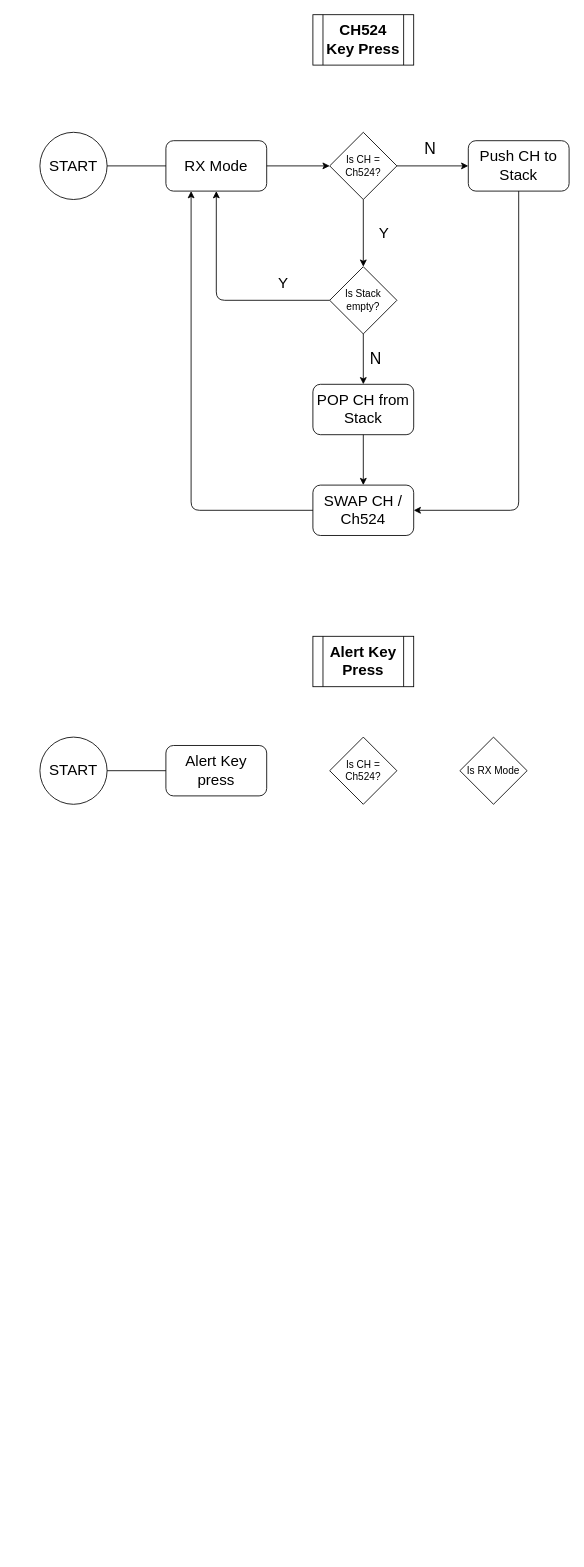
This is Untitled Diagram.drawio from kevinl8890/flowchart, a draw.io file, before an edit. Source tidied: cells renumbered, new cells numbered last; positions are measured from the earlier drawing's top-left corner, leaving out a move shared by most shapes. Both pictures are drawn from the tidied source at 84%, with x=0, y=0 at pixel (39, 14).
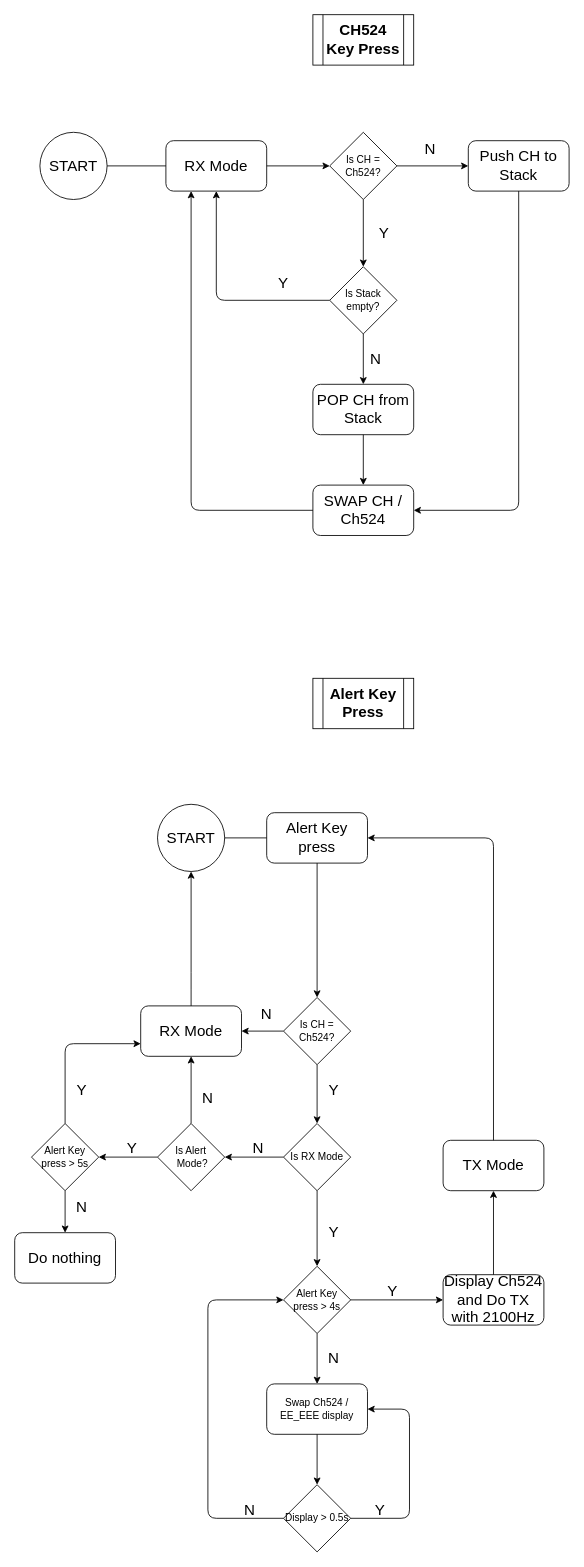
After the change.

The edit, as a diff of the source:
```diff
@@
-    <mxCell id="10" value="&lt;font style=&quot;font-size: 19px&quot;&gt;N&lt;/font&gt;" style="text;html=1;strokeColor=none;fillColor=none;align=center;verticalAlign=middle;whiteSpace=wrap;rounded=0;" parent="1" vertex="1">
+    <mxCell id="10" value="&lt;font style=&quot;font-size: 18px&quot;&gt;N&lt;/font&gt;" style="text;html=1;strokeColor=none;fillColor=none;align=center;verticalAlign=middle;whiteSpace=wrap;rounded=0;" parent="1" vertex="1">
       <mxGeometry x="445" y="150" width="40" height="20" as="geometry" />
     </mxCell>
@@
     <mxCell id="22" value="&lt;font style=&quot;font-size: 18px&quot;&gt;&lt;b&gt;Alert Key Press&lt;/b&gt;&lt;/font&gt;" style="shape=process;whiteSpace=wrap;html=1;backgroundOutline=1;" parent="1" vertex="1">
-      <mxGeometry x="325" y="740" width="120" height="60" as="geometry" />
+      <mxGeometry x="325" y="790" width="120" height="60" as="geometry" />
     </mxCell>
-    <mxCell id="23" value="&lt;font style=&quot;font-size: 19px&quot;&gt;N&lt;/font&gt;" style="text;html=1;strokeColor=none;fillColor=none;align=center;verticalAlign=middle;whiteSpace=wrap;rounded=0;" parent="1" vertex="1">
+    <mxCell id="23" value="&lt;font style=&quot;font-size: 18px&quot;&gt;N&lt;/font&gt;" style="text;html=1;strokeColor=none;fillColor=none;align=center;verticalAlign=middle;whiteSpace=wrap;rounded=0;" parent="1" vertex="1">
       <mxGeometry x="380" y="400" width="40" height="20" as="geometry" />
     </mxCell>
     <mxCell id="24" value="&lt;font style=&quot;font-size: 18px&quot;&gt;START&lt;/font&gt;" style="ellipse;whiteSpace=wrap;html=1;" parent="1" vertex="1">
-      <mxGeometry y="860" width="80" height="80" as="geometry" />
+      <mxGeometry x="140" y="940" width="80" height="80" as="geometry" />
     </mxCell>
     <mxCell id="25" value="Is CH = Ch524?" style="rhombus;whiteSpace=wrap;html=1;" parent="1" vertex="1">
-      <mxGeometry x="345" y="860" width="80" height="80" as="geometry" />
+      <mxGeometry x="290" y="1170" width="80" height="80" as="geometry" />
     </mxCell>
     <mxCell id="26" value="Is RX Mode" style="rhombus;whiteSpace=wrap;html=1;" parent="1" vertex="1">
-      <mxGeometry x="500" y="860" width="80" height="80" as="geometry" />
+      <mxGeometry x="290" y="1320" width="80" height="80" as="geometry" />
     </mxCell>
     <mxCell id="27" value="&lt;font style=&quot;font-size: 18px&quot;&gt;Alert Key press&lt;/font&gt;" style="rounded=1;whiteSpace=wrap;html=1;" parent="1" vertex="1">
-      <mxGeometry x="150" y="870" width="120" height="60" as="geometry" />
+      <mxGeometry x="270" y="950" width="120" height="60" as="geometry" />
     </mxCell>
@@
+    <mxCell id="29" style="endArrow=classic;html=1;exitX=0.5;exitY=1;exitDx=0;exitDy=0;entryX=0.5;entryY=0;entryDx=0;entryDy=0;" parent="1" edge="1" source="27" target="25">
+      <mxGeometry relative="1" as="geometry" />
+    </mxCell>
+    <mxCell id="30" style="endArrow=classic;html=1;entryX=0.5;entryY=0;entryDx=0;entryDy=0;exitX=0.5;exitY=1;exitDx=0;exitDy=0;" parent="1" edge="1" source="25" target="26">
+      <mxGeometry relative="1" as="geometry" />
+    </mxCell>
+    <mxCell id="31" value="&lt;font style=&quot;font-size: 18px&quot;&gt;RX Mode&lt;/font&gt;" style="rounded=1;whiteSpace=wrap;html=1;" parent="1" vertex="1">
+      <mxGeometry x="120" y="1180" width="120" height="60" as="geometry" />
+    </mxCell>
+    <mxCell id="32" style="endArrow=classic;html=1;entryX=1;entryY=0.5;entryDx=0;entryDy=0;" parent="1" edge="1" source="25" target="31">
+      <mxGeometry relative="1" as="geometry" />
+    </mxCell>
+    <mxCell id="33" value="&lt;font style=&quot;font-size: 18px&quot;&gt;N&lt;/font&gt;" style="text;html=1;strokeColor=none;fillColor=none;align=center;verticalAlign=middle;whiteSpace=wrap;rounded=0;" parent="1" vertex="1">
+      <mxGeometry x="250" y="1180" width="40" height="20" as="geometry" />
+    </mxCell>
+    <mxCell id="34" value="&lt;font style=&quot;font-size: 18px&quot;&gt;Y&lt;/font&gt;" style="text;html=1;strokeColor=none;fillColor=none;align=center;verticalAlign=middle;whiteSpace=wrap;rounded=0;" parent="1" vertex="1">
+      <mxGeometry x="330" y="1270" width="40" height="20" as="geometry" />
+    </mxCell>
+    <mxCell id="35" style="endArrow=classic;html=1;entryX=0.5;entryY=1;entryDx=0;entryDy=0;exitX=0.5;exitY=0;exitDx=0;exitDy=0;" parent="1" edge="1" source="31" target="24">
+      <mxGeometry relative="1" as="geometry">
+        <Array as="points">
+          <mxPoint x="180" y="1150" />
+        </Array>
+      </mxGeometry>
+    </mxCell>
+    <mxCell id="36" value="Is Alert&lt;br&gt;&amp;nbsp;Mode?" style="rhombus;whiteSpace=wrap;html=1;direction=west;" parent="1" vertex="1">
+      <mxGeometry x="140" y="1320" width="80" height="80" as="geometry" />
+    </mxCell>
+    <mxCell id="37" style="endArrow=classic;html=1;exitX=0;exitY=0.5;exitDx=0;exitDy=0;entryX=0;entryY=0.5;entryDx=0;entryDy=0;" parent="1" edge="1" source="26" target="36">
+      <mxGeometry relative="1" as="geometry" />
+    </mxCell>
+    <mxCell id="38" value="&lt;font style=&quot;font-size: 18px&quot;&gt;N&lt;/font&gt;" style="text;html=1;strokeColor=none;fillColor=none;align=center;verticalAlign=middle;whiteSpace=wrap;rounded=0;" parent="1" vertex="1">
+      <mxGeometry x="240" y="1340" width="40" height="20" as="geometry" />
+    </mxCell>
+    <mxCell id="39" value="Alert Key press &amp;gt; 4s" style="rhombus;whiteSpace=wrap;html=1;" parent="1" vertex="1">
+      <mxGeometry x="290" y="1490" width="80" height="80" as="geometry" />
+    </mxCell>
+    <mxCell id="40" style="endArrow=classic;html=1;exitX=0.5;exitY=1;exitDx=0;exitDy=0;" parent="1" edge="1" source="26" target="39">
+      <mxGeometry relative="1" as="geometry" />
+    </mxCell>
+    <mxCell id="41" value="&lt;font style=&quot;font-size: 18px&quot;&gt;Y&lt;/font&gt;" style="text;html=1;strokeColor=none;fillColor=none;align=center;verticalAlign=middle;whiteSpace=wrap;rounded=0;" parent="1" vertex="1">
+      <mxGeometry x="330" y="1440" width="40" height="20" as="geometry" />
+    </mxCell>
+    <mxCell id="42" value="Alert Key press &amp;gt; 5s" style="rhombus;whiteSpace=wrap;html=1;" parent="1" vertex="1">
+      <mxGeometry x="-10" y="1320" width="80" height="80" as="geometry" />
+    </mxCell>
+    <mxCell id="43" style="endArrow=classic;html=1;exitX=0.5;exitY=1;exitDx=0;exitDy=0;entryX=0.5;entryY=1;entryDx=0;entryDy=0;" parent="1" edge="1" source="36" target="31">
+      <mxGeometry relative="1" as="geometry" />
+    </mxCell>
+    <mxCell id="44" value="&lt;font style=&quot;font-size: 18px&quot;&gt;N&lt;/font&gt;" style="text;html=1;strokeColor=none;fillColor=none;align=center;verticalAlign=middle;whiteSpace=wrap;rounded=0;" parent="1" vertex="1">
+      <mxGeometry x="180" y="1280" width="40" height="20" as="geometry" />
+    </mxCell>
+    <mxCell id="45" style="endArrow=classic;html=1;entryX=1;entryY=0.5;entryDx=0;entryDy=0;exitX=1;exitY=0.5;exitDx=0;exitDy=0;" parent="1" edge="1" source="36" target="42">
+      <mxGeometry relative="1" as="geometry" />
+    </mxCell>
+    <mxCell id="46" value="&lt;font style=&quot;font-size: 18px&quot;&gt;Y&lt;/font&gt;" style="text;html=1;strokeColor=none;fillColor=none;align=center;verticalAlign=middle;whiteSpace=wrap;rounded=0;" parent="1" vertex="1">
+      <mxGeometry x="90" y="1340" width="40" height="20" as="geometry" />
+    </mxCell>
+    <mxCell id="47" style="endArrow=classic;html=1;exitX=0.5;exitY=0;exitDx=0;exitDy=0;entryX=0;entryY=0.75;entryDx=0;entryDy=0;" parent="1" edge="1" source="42" target="31">
+      <mxGeometry relative="1" as="geometry">
+        <Array as="points">
+          <mxPoint x="30" y="1225" />
+        </Array>
+      </mxGeometry>
+    </mxCell>
+    <mxCell id="48" value="&lt;font style=&quot;font-size: 18px&quot;&gt;Y&lt;/font&gt;" style="text;html=1;strokeColor=none;fillColor=none;align=center;verticalAlign=middle;whiteSpace=wrap;rounded=0;" parent="1" vertex="1">
+      <mxGeometry x="30" y="1270" width="40" height="20" as="geometry" />
+    </mxCell>
+    <mxCell id="49" value="&lt;font style=&quot;font-size: 18px&quot;&gt;Do nothing&lt;/font&gt;" style="rounded=1;whiteSpace=wrap;html=1;" parent="1" vertex="1">
+      <mxGeometry x="-30" y="1450" width="120" height="60" as="geometry" />
+    </mxCell>
+    <mxCell id="50" style="endArrow=classic;html=1;exitX=0.5;exitY=1;exitDx=0;exitDy=0;entryX=0.5;entryY=0;entryDx=0;entryDy=0;" parent="1" edge="1" source="42" target="49">
+      <mxGeometry relative="1" as="geometry" />
+    </mxCell>
+    <mxCell id="51" value="&lt;font style=&quot;font-size: 18px&quot;&gt;N&lt;/font&gt;" style="text;html=1;strokeColor=none;fillColor=none;align=center;verticalAlign=middle;whiteSpace=wrap;rounded=0;" parent="1" vertex="1">
+      <mxGeometry x="30" y="1410" width="40" height="20" as="geometry" />
+    </mxCell>
+    <mxCell id="52" value="&lt;font style=&quot;font-size: 18px&quot;&gt;Display Ch524 and Do TX with 2100Hz&lt;/font&gt;" style="rounded=1;whiteSpace=wrap;html=1;" parent="1" vertex="1">
+      <mxGeometry x="480" y="1500" width="120" height="60" as="geometry" />
+    </mxCell>
+    <mxCell id="53" style="endArrow=classic;html=1;exitX=1;exitY=0.5;exitDx=0;exitDy=0;entryX=0;entryY=0.5;entryDx=0;entryDy=0;" parent="1" edge="1" source="39" target="52">
+      <mxGeometry relative="1" as="geometry" />
+    </mxCell>
+    <mxCell id="54" value="&lt;font style=&quot;font-size: 18px&quot;&gt;Y&lt;/font&gt;" style="text;html=1;strokeColor=none;fillColor=none;align=center;verticalAlign=middle;whiteSpace=wrap;rounded=0;" parent="1" vertex="1">
+      <mxGeometry x="400" y="1510" width="40" height="20" as="geometry" />
+    </mxCell>
+    <mxCell id="55" value="&lt;font style=&quot;font-size: 18px&quot;&gt;TX Mode&lt;/font&gt;" style="rounded=1;whiteSpace=wrap;html=1;direction=west;" parent="1" vertex="1">
+      <mxGeometry x="480" y="1340" width="120" height="60" as="geometry" />
+    </mxCell>
+    <mxCell id="56" style="endArrow=classic;html=1;entryX=0.5;entryY=0;entryDx=0;entryDy=0;exitX=0.5;exitY=0;exitDx=0;exitDy=0;" parent="1" edge="1" source="52" target="55">
+      <mxGeometry relative="1" as="geometry" />
+    </mxCell>
+    <mxCell id="57" value="Swap Ch524 / EE_EEE display" style="rounded=1;whiteSpace=wrap;html=1;" parent="1" vertex="1">
+      <mxGeometry x="270" y="1630" width="120" height="60" as="geometry" />
+    </mxCell>
+    <mxCell id="58" style="endArrow=classic;html=1;exitX=0.5;exitY=1;exitDx=0;exitDy=0;entryX=0.5;entryY=0;entryDx=0;entryDy=0;" parent="1" edge="1" source="39" target="57">
+      <mxGeometry relative="1" as="geometry" />
+    </mxCell>
+    <mxCell id="59" value="&lt;font style=&quot;font-size: 18px&quot;&gt;N&lt;/font&gt;" style="text;html=1;strokeColor=none;fillColor=none;align=center;verticalAlign=middle;whiteSpace=wrap;rounded=0;" parent="1" vertex="1">
+      <mxGeometry x="330" y="1590" width="40" height="20" as="geometry" />
+    </mxCell>
+    <mxCell id="60" value="Display &amp;gt; 0.5s" style="rhombus;whiteSpace=wrap;html=1;" parent="1" vertex="1">
+      <mxGeometry x="290" y="1750" width="80" height="80" as="geometry" />
+    </mxCell>
+    <mxCell id="61" style="endArrow=classic;html=1;exitX=0.5;exitY=1;exitDx=0;exitDy=0;entryX=0.5;entryY=0;entryDx=0;entryDy=0;" parent="1" edge="1" source="57" target="60">
+      <mxGeometry relative="1" as="geometry" />
+    </mxCell>
+    <mxCell id="62" style="endArrow=classic;html=1;entryX=1;entryY=0.5;entryDx=0;entryDy=0;exitX=1;exitY=0.5;exitDx=0;exitDy=0;" parent="1" edge="1" source="60" target="57">
+      <mxGeometry relative="1" as="geometry">
+        <Array as="points">
+          <mxPoint x="440" y="1790" />
+          <mxPoint x="440" y="1660" />
+        </Array>
+      </mxGeometry>
+    </mxCell>
+    <mxCell id="63" value="&lt;font style=&quot;font-size: 18px&quot;&gt;Y&lt;/font&gt;" style="text;html=1;strokeColor=none;fillColor=none;align=center;verticalAlign=middle;whiteSpace=wrap;rounded=0;" parent="1" vertex="1">
+      <mxGeometry x="385" y="1770" width="40" height="20" as="geometry" />
+    </mxCell>
+    <mxCell id="64" style="endArrow=classic;html=1;entryX=0;entryY=0.5;entryDx=0;entryDy=0;exitX=0;exitY=0.5;exitDx=0;exitDy=0;" parent="1" edge="1" source="60" target="39">
+      <mxGeometry relative="1" as="geometry">
+        <Array as="points">
+          <mxPoint x="200" y="1790" />
+          <mxPoint x="200" y="1530" />
+        </Array>
+      </mxGeometry>
+    </mxCell>
+    <mxCell id="65" value="&lt;font style=&quot;font-size: 18px&quot;&gt;N&lt;/font&gt;" style="text;html=1;strokeColor=none;fillColor=none;align=center;verticalAlign=middle;whiteSpace=wrap;rounded=0;" parent="1" vertex="1">
+      <mxGeometry x="230" y="1770" width="40" height="20" as="geometry" />
+    </mxCell>
+    <mxCell id="66" style="endArrow=classic;html=1;exitX=0.5;exitY=1;exitDx=0;exitDy=0;entryX=1;entryY=0.5;entryDx=0;entryDy=0;" parent="1" edge="1" source="55" target="27">
+      <mxGeometry relative="1" as="geometry">
+        <Array as="points">
+          <mxPoint x="540" y="980" />
+        </Array>
+      </mxGeometry>
+    </mxCell>
```
